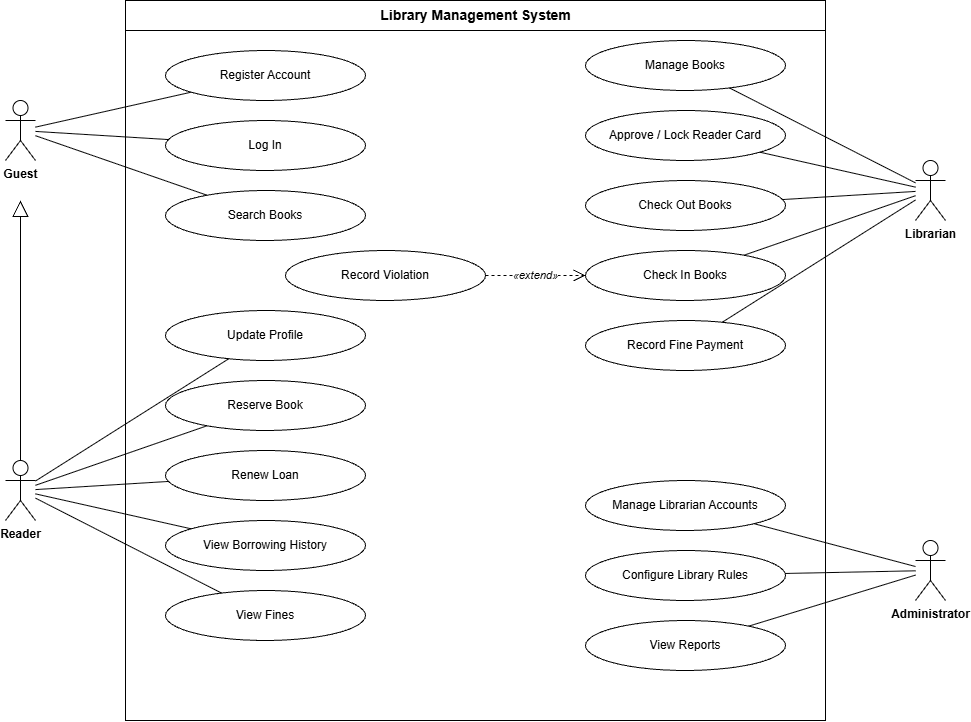
This is diagrams/use-case.png from duypht07-SE/Library-Management-System, a draw.io export, as it was before one commit. Source tidied: cells renumbered, new cells last; positions are measured from the earlier drawing's top-left corner, leaving out a move shared by most shapes.
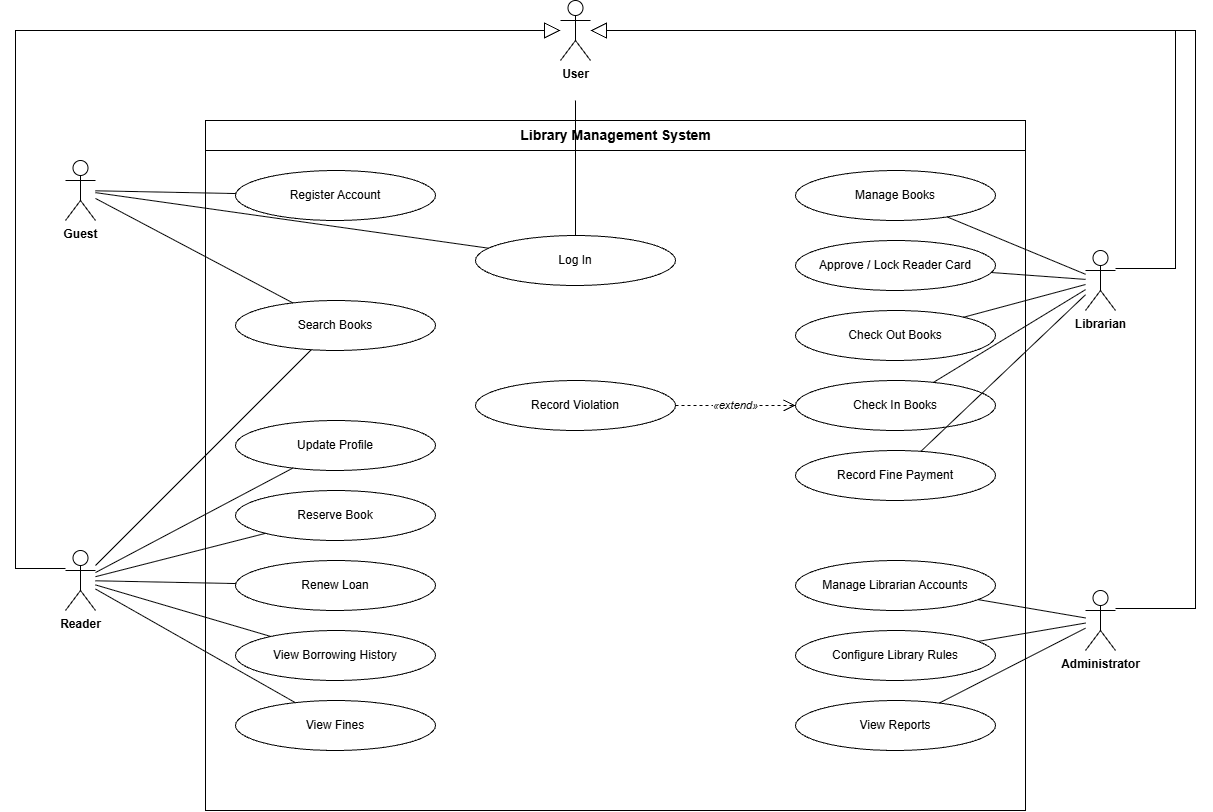
The same file after the commit.

Commit message:
Update use case diagram and rename .drawio files to .drawio.xml

Diff of the diagram source:
```diff
@@ -3,126 +3,156 @@
     <mxCell id="0" />
     <mxCell id="1" parent="0" />
     <mxCell id="2" value="Library Management System" style="swimlane;startSize=30;html=1;fontStyle=1;fontSize=14;fontFamily=Helvetica;fontColor=#000000;strokeColor=#000000;fillColor=#ffffff;" parent="1" vertex="1">
-      <mxGeometry x="120" width="700" height="720" as="geometry" />
+      <mxGeometry x="140" y="100" width="820" height="690" as="geometry" />
     </mxCell>
+    <mxCell id="42" value="User" style="shape=umlActor;verticalLabelPosition=bottom;verticalAlign=top;html=1;fontSize=12;fontStyle=1;fontFamily=Helvetica;fontColor=#000000;strokeColor=#000000;fillColor=#ffffff;" parent="1" vertex="1">
+      <mxGeometry x="495" y="-20" width="30" height="60" as="geometry" />
+    </mxCell>
     <mxCell id="3" value="Guest" style="shape=umlActor;verticalLabelPosition=bottom;verticalAlign=top;html=1;fontSize=12;fontStyle=1;fontFamily=Helvetica;fontColor=#000000;strokeColor=#000000;fillColor=#ffffff;" parent="1" vertex="1">
-      <mxGeometry y="100" width="30" height="60" as="geometry" />
+      <mxGeometry y="140" width="30" height="60" as="geometry" />
     </mxCell>
     <mxCell id="4" value="Reader" style="shape=umlActor;verticalLabelPosition=bottom;verticalAlign=top;html=1;fontSize=12;fontStyle=1;fontFamily=Helvetica;fontColor=#000000;strokeColor=#000000;fillColor=#ffffff;" parent="1" vertex="1">
-      <mxGeometry y="460" width="30" height="60" as="geometry" />
+      <mxGeometry y="530" width="30" height="60" as="geometry" />
     </mxCell>
     <mxCell id="5" value="Librarian" style="shape=umlActor;verticalLabelPosition=bottom;verticalAlign=top;html=1;fontSize=12;fontStyle=1;fontFamily=Helvetica;fontColor=#000000;strokeColor=#000000;fillColor=#ffffff;" parent="1" vertex="1">
-      <mxGeometry x="910" y="160" width="30" height="60" as="geometry" />
+      <mxGeometry x="1020" y="230" width="30" height="60" as="geometry" />
     </mxCell>
     <mxCell id="6" value="Administrator" style="shape=umlActor;verticalLabelPosition=bottom;verticalAlign=top;html=1;fontSize=12;fontStyle=1;fontFamily=Helvetica;fontColor=#000000;strokeColor=#000000;fillColor=#ffffff;" parent="1" vertex="1">
-      <mxGeometry x="910" y="540" width="30" height="60" as="geometry" />
+      <mxGeometry x="1020" y="570" width="30" height="60" as="geometry" />
     </mxCell>
+    <mxCell id="43" value="Log In" style="ellipse;whiteSpace=wrap;html=1;fontSize=12;fontFamily=Helvetica;fontColor=#000000;strokeColor=#000000;fillColor=#ffffff;" parent="1" vertex="1">
+      <mxGeometry x="410" y="215" width="200" height="50" as="geometry" />
+    </mxCell>
     <mxCell id="7" value="Register Account" style="ellipse;whiteSpace=wrap;html=1;fontSize=12;fontFamily=Helvetica;fontColor=#000000;strokeColor=#000000;fillColor=#ffffff;" parent="1" vertex="1">
-      <mxGeometry x="160" y="50" width="200" height="50" as="geometry" />
+      <mxGeometry x="170" y="150" width="200" height="50" as="geometry" />
     </mxCell>
-    <mxCell id="8" value="Log In" style="ellipse;whiteSpace=wrap;html=1;fontSize=12;fontFamily=Helvetica;fontColor=#000000;strokeColor=#000000;fillColor=#ffffff;" parent="1" vertex="1">
-      <mxGeometry x="160" y="120" width="200" height="50" as="geometry" />
+    <mxCell id="8" value="Search Books" style="ellipse;whiteSpace=wrap;html=1;fontSize=12;fontFamily=Helvetica;fontColor=#000000;strokeColor=#000000;fillColor=#ffffff;" parent="1" vertex="1">
+      <mxGeometry x="170" y="280" width="200" height="50" as="geometry" />
     </mxCell>
-    <mxCell id="9" value="Search Books" style="ellipse;whiteSpace=wrap;html=1;fontSize=12;fontFamily=Helvetica;fontColor=#000000;strokeColor=#000000;fillColor=#ffffff;" parent="1" vertex="1">
-      <mxGeometry x="160" y="190" width="200" height="50" as="geometry" />
-    </mxCell>
     <mxCell id="10" value="Update Profile" style="ellipse;whiteSpace=wrap;html=1;fontSize=12;fontFamily=Helvetica;fontColor=#000000;strokeColor=#000000;fillColor=#ffffff;" parent="1" vertex="1">
-      <mxGeometry x="160" y="310" width="200" height="50" as="geometry" />
+      <mxGeometry x="170" y="400" width="200" height="50" as="geometry" />
     </mxCell>
     <mxCell id="11" value="Reserve Book" style="ellipse;whiteSpace=wrap;html=1;fontSize=12;fontFamily=Helvetica;fontColor=#000000;strokeColor=#000000;fillColor=#ffffff;" parent="1" vertex="1">
-      <mxGeometry x="160" y="380" width="200" height="50" as="geometry" />
+      <mxGeometry x="170" y="470" width="200" height="50" as="geometry" />
     </mxCell>
     <mxCell id="12" value="Renew Loan" style="ellipse;whiteSpace=wrap;html=1;fontSize=12;fontFamily=Helvetica;fontColor=#000000;strokeColor=#000000;fillColor=#ffffff;" parent="1" vertex="1">
-      <mxGeometry x="160" y="450" width="200" height="50" as="geometry" />
+      <mxGeometry x="170" y="540" width="200" height="50" as="geometry" />
     </mxCell>
     <mxCell id="13" value="View Borrowing History" style="ellipse;whiteSpace=wrap;html=1;fontSize=12;fontFamily=Helvetica;fontColor=#000000;strokeColor=#000000;fillColor=#ffffff;" parent="1" vertex="1">
-      <mxGeometry x="160" y="520" width="200" height="50" as="geometry" />
+      <mxGeometry x="170" y="610" width="200" height="50" as="geometry" />
     </mxCell>
     <mxCell id="14" value="View Fines" style="ellipse;whiteSpace=wrap;html=1;fontSize=12;fontFamily=Helvetica;fontColor=#000000;strokeColor=#000000;fillColor=#ffffff;" parent="1" vertex="1">
-      <mxGeometry x="160" y="590" width="200" height="50" as="geometry" />
+      <mxGeometry x="170" y="680" width="200" height="50" as="geometry" />
     </mxCell>
     <mxCell id="15" value="Manage Books" style="ellipse;whiteSpace=wrap;html=1;fontSize=12;fontFamily=Helvetica;fontColor=#000000;strokeColor=#000000;fillColor=#ffffff;" parent="1" vertex="1">
-      <mxGeometry x="580" y="40" width="200" height="50" as="geometry" />
+      <mxGeometry x="730" y="150" width="200" height="50" as="geometry" />
     </mxCell>
     <mxCell id="16" value="Approve / Lock Reader Card" style="ellipse;whiteSpace=wrap;html=1;fontSize=12;fontFamily=Helvetica;fontColor=#000000;strokeColor=#000000;fillColor=#ffffff;" parent="1" vertex="1">
-      <mxGeometry x="580" y="110" width="200" height="50" as="geometry" />
+      <mxGeometry x="730" y="220" width="200" height="50" as="geometry" />
     </mxCell>
     <mxCell id="17" value="Check Out Books" style="ellipse;whiteSpace=wrap;html=1;fontSize=12;fontFamily=Helvetica;fontColor=#000000;strokeColor=#000000;fillColor=#ffffff;" parent="1" vertex="1">
-      <mxGeometry x="580" y="180" width="200" height="50" as="geometry" />
+      <mxGeometry x="730" y="290" width="200" height="50" as="geometry" />
     </mxCell>
     <mxCell id="18" value="Check In Books" style="ellipse;whiteSpace=wrap;html=1;fontSize=12;fontFamily=Helvetica;fontColor=#000000;strokeColor=#000000;fillColor=#ffffff;" parent="1" vertex="1">
-      <mxGeometry x="580" y="250" width="200" height="50" as="geometry" />
+      <mxGeometry x="730" y="360" width="200" height="50" as="geometry" />
     </mxCell>
     <mxCell id="19" value="Record Fine Payment" style="ellipse;whiteSpace=wrap;html=1;fontSize=12;fontFamily=Helvetica;fontColor=#000000;strokeColor=#000000;fillColor=#ffffff;" parent="1" vertex="1">
-      <mxGeometry x="580" y="320" width="200" height="50" as="geometry" />
+      <mxGeometry x="730" y="430" width="200" height="50" as="geometry" />
     </mxCell>
     <mxCell id="20" value="Record Violation" style="ellipse;whiteSpace=wrap;html=1;fontSize=12;fontFamily=Helvetica;fontColor=#000000;strokeColor=#000000;fillColor=#ffffff;" parent="1" vertex="1">
-      <mxGeometry x="280" y="250" width="200" height="50" as="geometry" />
+      <mxGeometry x="410" y="360" width="200" height="50" as="geometry" />
     </mxCell>
     <mxCell id="21" value="Manage Librarian Accounts" style="ellipse;whiteSpace=wrap;html=1;fontSize=12;fontFamily=Helvetica;fontColor=#000000;strokeColor=#000000;fillColor=#ffffff;" parent="1" vertex="1">
-      <mxGeometry x="580" y="480" width="200" height="50" as="geometry" />
+      <mxGeometry x="730" y="540" width="200" height="50" as="geometry" />
     </mxCell>
     <mxCell id="22" value="Configure Library Rules" style="ellipse;whiteSpace=wrap;html=1;fontSize=12;fontFamily=Helvetica;fontColor=#000000;strokeColor=#000000;fillColor=#ffffff;" parent="1" vertex="1">
-      <mxGeometry x="580" y="550" width="200" height="50" as="geometry" />
+      <mxGeometry x="730" y="610" width="200" height="50" as="geometry" />
     </mxCell>
     <mxCell id="23" value="View Reports" style="ellipse;whiteSpace=wrap;html=1;fontSize=12;fontFamily=Helvetica;fontColor=#000000;strokeColor=#000000;fillColor=#ffffff;" parent="1" vertex="1">
-      <mxGeometry x="580" y="620" width="200" height="50" as="geometry" />
+      <mxGeometry x="730" y="680" width="200" height="50" as="geometry" />
     </mxCell>
-    <mxCell id="24" style="endArrow=none;html=1;rounded=0;strokeColor=#000000;" parent="1" edge="1" source="3" target="7">
-      <mxGeometry relative="1" as="geometry" />
+    <mxCell id="24" style="endArrow=none;html=1;rounded=0;strokeColor=#000000;" parent="1" edge="1" target="43">
+      <mxGeometry relative="1" as="geometry">
+        <mxPoint x="510" y="80" as="sourcePoint" />
+      </mxGeometry>
     </mxCell>
-    <mxCell id="25" style="endArrow=none;html=1;rounded=0;strokeColor=#000000;" parent="1" edge="1" source="3" target="8">
+    <mxCell id="25" style="endArrow=none;html=1;rounded=0;strokeColor=#000000;" parent="1" edge="1" source="3" target="7">
       <mxGeometry relative="1" as="geometry" />
     </mxCell>
-    <mxCell id="26" style="endArrow=none;html=1;rounded=0;strokeColor=#000000;" parent="1" edge="1" source="3" target="9">
+    <mxCell id="26" style="endArrow=none;html=1;rounded=0;strokeColor=#000000;" parent="1" edge="1" source="3" target="43">
       <mxGeometry relative="1" as="geometry" />
     </mxCell>
-    <mxCell id="27" style="endArrow=none;html=1;rounded=0;strokeColor=#000000;" parent="1" edge="1" source="4" target="10">
+    <mxCell id="27" style="endArrow=none;html=1;rounded=0;strokeColor=#000000;" parent="1" edge="1" source="3" target="8">
       <mxGeometry relative="1" as="geometry" />
     </mxCell>
-    <mxCell id="28" style="endArrow=none;html=1;rounded=0;strokeColor=#000000;" parent="1" edge="1" source="4" target="11">
+    <mxCell id="28" style="endArrow=none;html=1;rounded=0;strokeColor=#000000;" parent="1" edge="1" source="4" target="8">
       <mxGeometry relative="1" as="geometry" />
     </mxCell>
-    <mxCell id="29" style="endArrow=none;html=1;rounded=0;strokeColor=#000000;" parent="1" edge="1" source="4" target="12">
+    <mxCell id="29" style="endArrow=none;html=1;rounded=0;strokeColor=#000000;" parent="1" edge="1" source="4" target="10">
       <mxGeometry relative="1" as="geometry" />
     </mxCell>
-    <mxCell id="30" style="endArrow=none;html=1;rounded=0;strokeColor=#000000;" parent="1" edge="1" source="4" target="13">
+    <mxCell id="30" style="endArrow=none;html=1;rounded=0;strokeColor=#000000;" parent="1" edge="1" source="4" target="11">
       <mxGeometry relative="1" as="geometry" />
     </mxCell>
-    <mxCell id="31" style="endArrow=none;html=1;rounded=0;strokeColor=#000000;" parent="1" edge="1" source="4" target="14">
+    <mxCell id="31" style="endArrow=none;html=1;rounded=0;strokeColor=#000000;" parent="1" edge="1" source="4" target="12">
       <mxGeometry relative="1" as="geometry" />
     </mxCell>
-    <mxCell id="32" style="endArrow=none;html=1;rounded=0;strokeColor=#000000;" parent="1" edge="1" source="5" target="15">
+    <mxCell id="32" style="endArrow=none;html=1;rounded=0;strokeColor=#000000;" parent="1" edge="1" source="4" target="13">
       <mxGeometry relative="1" as="geometry" />
     </mxCell>
-    <mxCell id="33" style="endArrow=none;html=1;rounded=0;strokeColor=#000000;" parent="1" edge="1" source="5" target="16">
+    <mxCell id="33" style="endArrow=none;html=1;rounded=0;strokeColor=#000000;" parent="1" edge="1" source="4" target="14">
       <mxGeometry relative="1" as="geometry" />
     </mxCell>
-    <mxCell id="34" style="endArrow=none;html=1;rounded=0;strokeColor=#000000;" parent="1" edge="1" source="5" target="17">
+    <mxCell id="34" style="endArrow=none;html=1;rounded=0;strokeColor=#000000;" parent="1" edge="1" source="5" target="15">
       <mxGeometry relative="1" as="geometry" />
     </mxCell>
-    <mxCell id="35" style="endArrow=none;html=1;rounded=0;strokeColor=#000000;" parent="1" edge="1" source="5" target="18">
+    <mxCell id="35" style="endArrow=none;html=1;rounded=0;strokeColor=#000000;" parent="1" edge="1" source="5" target="16">
       <mxGeometry relative="1" as="geometry" />
     </mxCell>
-    <mxCell id="36" style="endArrow=none;html=1;rounded=0;strokeColor=#000000;" parent="1" edge="1" source="5" target="19">
+    <mxCell id="36" style="endArrow=none;html=1;rounded=0;strokeColor=#000000;" parent="1" edge="1" source="5" target="17">
       <mxGeometry relative="1" as="geometry" />
     </mxCell>
-    <mxCell id="37" style="endArrow=none;html=1;rounded=0;strokeColor=#000000;" parent="1" edge="1" source="6" target="21">
+    <mxCell id="37" style="endArrow=none;html=1;rounded=0;strokeColor=#000000;" parent="1" edge="1" source="5" target="18">
       <mxGeometry relative="1" as="geometry" />
     </mxCell>
-    <mxCell id="38" style="endArrow=none;html=1;rounded=0;strokeColor=#000000;" parent="1" edge="1" source="6" target="22">
+    <mxCell id="38" style="endArrow=none;html=1;rounded=0;strokeColor=#000000;" parent="1" edge="1" source="5" target="19">
       <mxGeometry relative="1" as="geometry" />
     </mxCell>
-    <mxCell id="39" style="endArrow=none;html=1;rounded=0;strokeColor=#000000;" parent="1" edge="1" source="6" target="23">
+    <mxCell id="39" style="endArrow=none;html=1;rounded=0;strokeColor=#000000;" parent="1" edge="1" source="6" target="21">
       <mxGeometry relative="1" as="geometry" />
     </mxCell>
-    <mxCell id="40" style="endArrow=block;endFill=0;endSize=14;html=1;rounded=0;strokeColor=#000000;" parent="1" edge="1" source="4">
-      <mxGeometry relative="1" as="geometry">
-        <mxPoint x="15" y="200" as="targetPoint" />
-      </mxGeometry>
+    <mxCell id="40" style="endArrow=none;html=1;rounded=0;strokeColor=#000000;" parent="1" edge="1" source="6" target="22">
+      <mxGeometry relative="1" as="geometry" />
     </mxCell>
-    <mxCell id="41" value="«extend»" style="dashed=1;endArrow=open;endSize=10;html=1;rounded=0;strokeColor=#000000;fontColor=#000000;fontSize=11;fontStyle=2;labelBackgroundColor=#ffffff;" parent="1" edge="1" source="20" target="18">
+    <mxCell id="41" style="endArrow=none;html=1;rounded=0;strokeColor=#000000;" parent="1" edge="1" source="6" target="23">
       <mxGeometry relative="1" as="geometry" />
     </mxCell>
+    <mxCell id="44" value="«extend»" style="dashed=1;endArrow=open;endSize=10;html=1;rounded=0;strokeColor=#000000;fontColor=#000000;fontSize=11;fontStyle=2;labelBackgroundColor=#ffffff;" parent="1" edge="1" source="20" target="18">
+      <mxGeometry relative="1" as="geometry" />
+    </mxCell>
+    <mxCell id="45" style="edgeStyle=orthogonalEdgeStyle;endArrow=block;endFill=0;endSize=14;html=1;rounded=0;strokeColor=#000000;exitX=0;exitY=0.3;entryX=0;entryY=0.5;" parent="1" edge="1" source="4" target="42">
+      <mxGeometry relative="1" as="geometry">
+        <Array as="points">
+          <mxPoint x="-50" y="548" />
+          <mxPoint x="-50" y="10" />
+        </Array>
+      </mxGeometry>
+    </mxCell>
+    <mxCell id="46" style="edgeStyle=orthogonalEdgeStyle;endArrow=block;endFill=0;endSize=14;html=1;rounded=0;strokeColor=#000000;exitX=1;exitY=0.3;entryX=1;entryY=0.5;" parent="1" edge="1" source="5" target="42">
+      <mxGeometry relative="1" as="geometry">
+        <Array as="points">
+          <mxPoint x="1110" y="248" />
+          <mxPoint x="1110" y="10" />
+        </Array>
+      </mxGeometry>
+    </mxCell>
+    <mxCell id="47" style="edgeStyle=orthogonalEdgeStyle;endArrow=block;endFill=0;endSize=14;html=1;rounded=0;strokeColor=#000000;exitX=1;exitY=0.3;entryX=1;entryY=0.5;" parent="1" edge="1" source="6" target="42">
+      <mxGeometry relative="1" as="geometry">
+        <Array as="points">
+          <mxPoint x="1130" y="588" />
+          <mxPoint x="1130" y="10" />
+        </Array>
+      </mxGeometry>
+    </mxCell>
   </root>
 </mxGraphModel>
```
